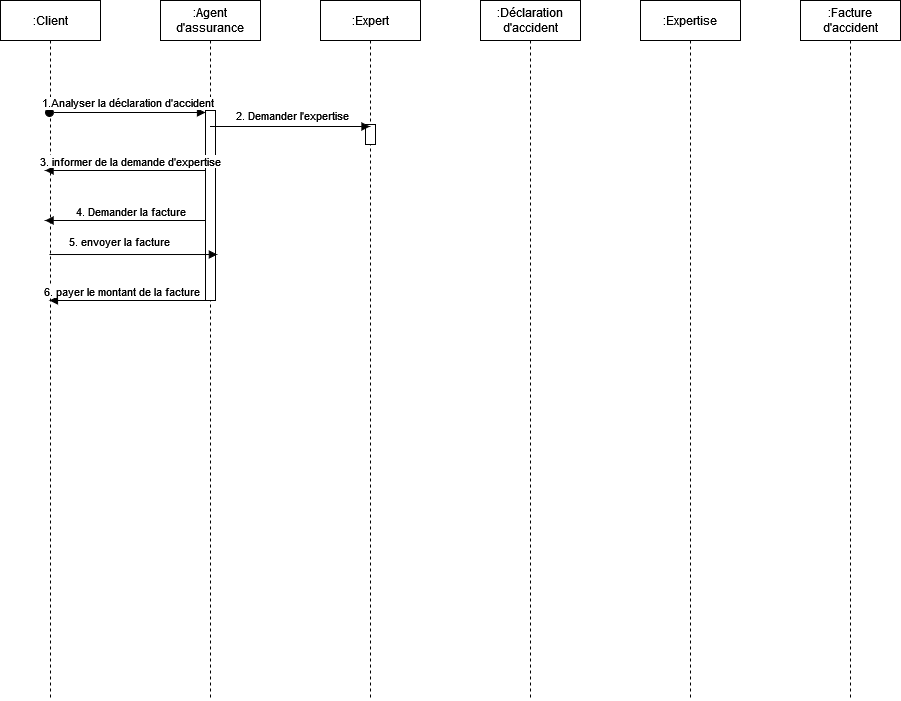
Above: assurance_serie1_ex1.png in simgonzalez/HEG_UML_Diagrams (draw.io), before the change. Source tidied: cells renumbered, new cells last; positions are measured from the earlier drawing's top-left corner, leaving out a move shared by most shapes.
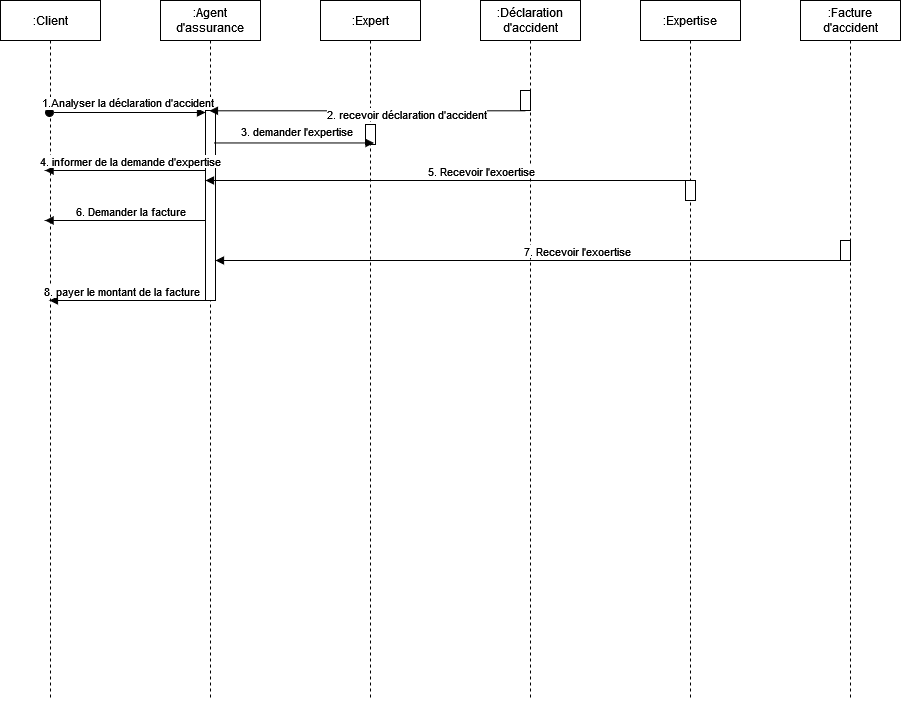
After the change.

Commit message:
Mettre à jour assurance_serie1_ex1.png

Diff of the diagram source:
```diff
@@ -11,7 +11,7 @@
         <mxPoint x="44.6" y="220" as="targetPoint" />
       </mxGeometry>
     </mxCell>
-    <mxCell id="4" value="4. Demander la facture" style="edgeLabel;html=1;align=center;verticalAlign=middle;" parent="3" vertex="1">
+    <mxCell id="4" value="6. Demander la facture" style="edgeLabel;html=1;align=center;verticalAlign=middle;" parent="3" vertex="1">
       <mxGeometry x="-0.12" y="5" relative="1" as="geometry">
         <mxPoint x="-5" y="-15" as="offset" />
       </mxGeometry>
@@ -28,7 +28,7 @@
         <mxPoint x="-115.4" y="170" as="targetPoint" />
       </mxGeometry>
     </mxCell>
-    <mxCell id="8" value="3. informer de la demande d'expertise" style="edgeLabel;html=1;align=center;verticalAlign=middle;" parent="7" vertex="1">
+    <mxCell id="8" value="4. informer de la demande d'expertise" style="edgeLabel;html=1;align=center;verticalAlign=middle;" parent="7" vertex="1">
       <mxGeometry x="-0.12" y="5" relative="1" as="geometry">
         <mxPoint x="-5" y="-15" as="offset" />
       </mxGeometry>
@@ -36,40 +36,52 @@
     <mxCell id="9" value=":Déclaration d'accident" style="shape=umlLifeline;perimeter=lifelinePerimeter;whiteSpace=wrap;html=1;" parent="1" vertex="1">
       <mxGeometry x="480" width="100" height="700" as="geometry" />
     </mxCell>
+    <mxCell id="21" style="endArrow=block;html=1;rounded=0;fontFamily=Helvetica;fontSize=12;fontColor=default;endFill=1;" parent="9" edge="1">
+      <mxGeometry relative="1" as="geometry">
+        <mxPoint x="205.5" y="180" as="sourcePoint" />
+        <mxPoint x="-275" y="180" as="targetPoint" />
+      </mxGeometry>
+    </mxCell>
+    <mxCell id="22" value="5. Recevoir l'exoertise" style="edgeLabel;html=1;align=center;verticalAlign=middle;" parent="21" vertex="1">
+      <mxGeometry x="-0.12" y="5" relative="1" as="geometry">
+        <mxPoint x="5" y="-15" as="offset" />
+      </mxGeometry>
+    </mxCell>
+    <mxCell id="23" style="html=1;points=[];perimeter=orthogonalPerimeter;" parent="9" vertex="1">
+      <mxGeometry x="40" y="90" width="10" height="20" as="geometry" />
+    </mxCell>
     <mxCell id="10" value=":Expertise" style="shape=umlLifeline;perimeter=lifelinePerimeter;whiteSpace=wrap;html=1;" parent="1" vertex="1">
       <mxGeometry x="640" width="100" height="700" as="geometry" />
     </mxCell>
+    <mxCell id="24" style="html=1;perimeter=orthogonalPerimeter;" parent="10" vertex="1">
+      <mxGeometry x="45" y="180" width="10" height="20" as="geometry" />
+    </mxCell>
     <mxCell id="11" value=":Facture d'accident" style="shape=umlLifeline;perimeter=lifelinePerimeter;whiteSpace=wrap;html=1;outlineConnect=0;" parent="1" vertex="1">
       <mxGeometry x="800" width="100" height="700" as="geometry" />
     </mxCell>
+    <mxCell id="25" style="html=1;perimeter=orthogonalPerimeter;" parent="11" vertex="1">
+      <mxGeometry x="40" y="240" width="10" height="20" as="geometry" />
+    </mxCell>
     <mxCell id="12" value=":Expert" style="shape=umlLifeline;perimeter=lifelinePerimeter;whiteSpace=wrap;html=1;" parent="1" vertex="1">
       <mxGeometry x="320" width="100" height="700" as="geometry" />
     </mxCell>
     <mxCell id="13" style="html=1;perimeter=orthogonalPerimeter;" parent="12" vertex="1">
       <mxGeometry x="45" y="124" width="10" height="20" as="geometry" />
     </mxCell>
-    <mxCell id="14" value="1.Analyser la déclaration d'accident" style="html=1;verticalAlign=bottom;startArrow=oval;endArrow=block;startSize=8;rounded=0;exitX=0.49;exitY=0.16;exitDx=0;exitDy=0;exitPerimeter=0;" parent="1" edge="1" source="2" target="6">
-      <mxGeometry relative="1" as="geometry" />
-    </mxCell>
-    <mxCell id="15" style="endArrow=block;html=1;rounded=0;fontFamily=Helvetica;fontSize=12;fontColor=default;endFill=1;" parent="1" edge="1">
+    <mxCell id="15" style="endArrow=block;html=1;rounded=0;fontFamily=Helvetica;fontSize=12;fontColor=default;endFill=1;" parent="12" edge="1">
       <mxGeometry relative="1" as="geometry">
-        <mxPoint x="209.5" y="126" as="sourcePoint" />
-        <mxPoint x="369.5" y="126" as="targetPoint" />
+        <mxPoint x="-106.5" y="142.5" as="sourcePoint" />
+        <mxPoint x="53.5" y="142.5" as="targetPoint" />
       </mxGeometry>
     </mxCell>
-    <mxCell id="16" value="2. Demander l'expertise" style="edgeLabel;html=1;align=center;verticalAlign=middle;" parent="15" vertex="1">
+    <mxCell id="16" value="3. demander l'expertise" style="edgeLabel;html=1;align=center;verticalAlign=middle;" parent="15" vertex="1">
       <mxGeometry x="-0.12" y="5" relative="1" as="geometry">
         <mxPoint x="11" y="-7" as="offset" />
       </mxGeometry>
     </mxCell>
-    <mxCell id="17" style="endArrow=block;html=1;rounded=0;fontFamily=Helvetica;fontSize=12;fontColor=default;endFill=1;entryX=1.186;entryY=0.758;entryDx=0;entryDy=0;entryPerimeter=0;" parent="1" edge="1" source="2" target="6">
-      <mxGeometry relative="1" as="geometry" />
-    </mxCell>
-    <mxCell id="18" value="5. envoyer la facture" style="edgeLabel;html=1;align=center;verticalAlign=middle;" parent="17" vertex="1">
-      <mxGeometry x="-0.12" y="5" relative="1" as="geometry">
-        <mxPoint x="-5" y="-9" as="offset" />
-      </mxGeometry>
-    </mxCell>
+    <mxCell id="14" value="1.Analyser la déclaration d'accident" style="html=1;verticalAlign=bottom;startArrow=oval;endArrow=block;startSize=8;rounded=0;exitX=0.49;exitY=0.16;exitDx=0;exitDy=0;exitPerimeter=0;" parent="1" edge="1" source="2" target="6">
+      <mxGeometry relative="1" as="geometry" />
+    </mxCell>
     <mxCell id="19" style="endArrow=block;html=1;rounded=0;fontFamily=Helvetica;fontSize=12;fontColor=default;endFill=1;" parent="1" edge="1" target="2">
       <mxGeometry relative="1" as="geometry">
         <mxPoint x="50" y="300" as="sourcePoint" />
@@ -78,10 +90,26 @@
         </Array>
       </mxGeometry>
     </mxCell>
-    <mxCell id="20" value="6. payer le montant de la facture" style="edgeLabel;html=1;align=center;verticalAlign=middle;" parent="19" vertex="1">
+    <mxCell id="20" value="8. payer le montant de la facture" style="edgeLabel;html=1;align=center;verticalAlign=middle;" parent="19" vertex="1">
       <mxGeometry x="-0.12" y="5" relative="1" as="geometry">
         <mxPoint x="-70" y="-5" as="offset" />
       </mxGeometry>
     </mxCell>
+    <mxCell id="26" style="endArrow=block;html=1;rounded=0;fontFamily=Helvetica;fontSize=12;fontColor=default;endFill=1;exitX=0.477;exitY=1.015;exitDx=0;exitDy=0;exitPerimeter=0;" parent="1" edge="1" source="23" target="5">
+      <mxGeometry relative="1" as="geometry" />
+    </mxCell>
+    <mxCell id="27" value="2. recevoir déclaration d'accident" style="edgeLabel;html=1;align=center;verticalAlign=middle;" parent="26" vertex="1">
+      <mxGeometry x="-0.24" y="3" relative="1" as="geometry" />
+    </mxCell>
+    <mxCell id="28" style="endArrow=block;html=1;rounded=0;fontFamily=Helvetica;fontSize=12;fontColor=default;endFill=1;" parent="1" edge="1" source="11">
+      <mxGeometry relative="1" as="geometry">
+        <mxPoint x="215" y="260" as="targetPoint" />
+      </mxGeometry>
+    </mxCell>
+    <mxCell id="29" value="7. Recevoir l'exoertise" style="edgeLabel;html=1;align=center;verticalAlign=middle;" parent="28" vertex="1">
+      <mxGeometry x="-0.12" y="5" relative="1" as="geometry">
+        <mxPoint x="5" y="-15" as="offset" />
+      </mxGeometry>
+    </mxCell>
   </root>
 </mxGraphModel>
```
